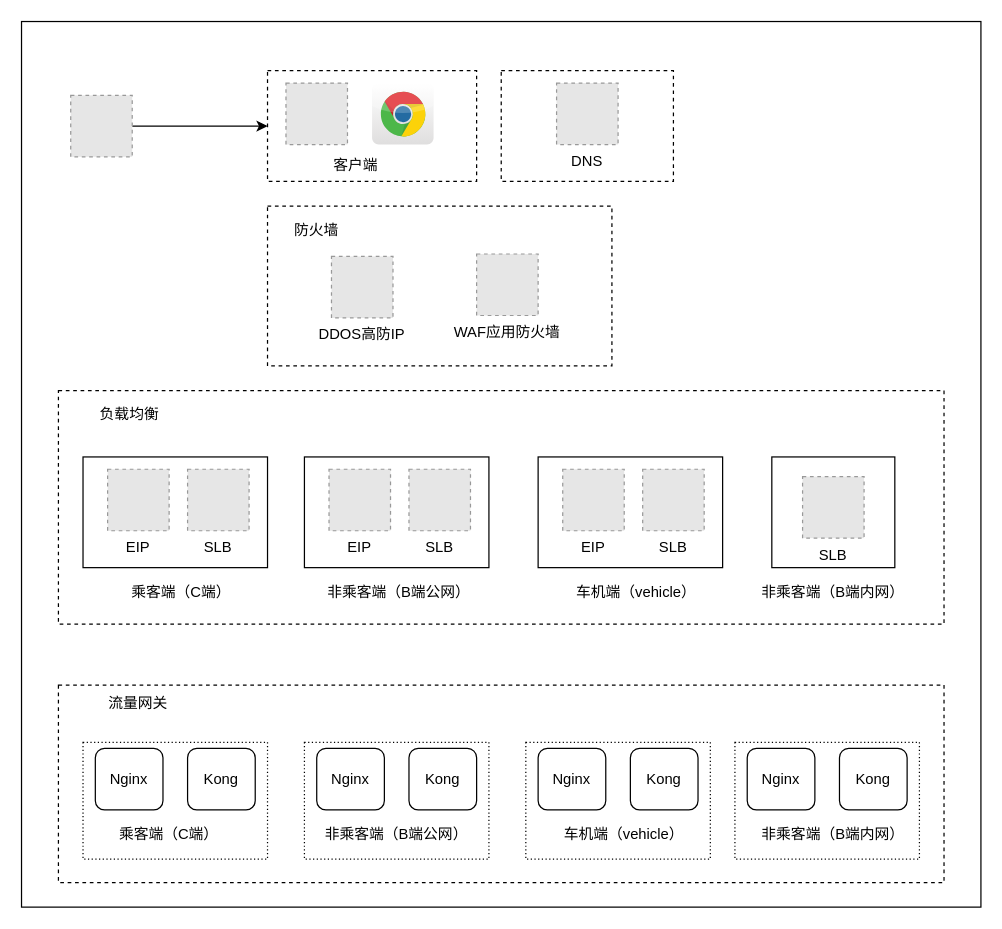
The draw.io diagram 架构图.drawio in liym1992/tips, before the edit. Source tidied: cells renumbered, new cells numbered last; positions are measured from the earlier drawing's top-left corner, leaving out a move shared by most shapes. Both pictures are drawn from the tidied source at 123%, with x=0, y=0 at pixel (21, 21). Pictures stored in the file or linked from it are replaced by grey dashed boxes.
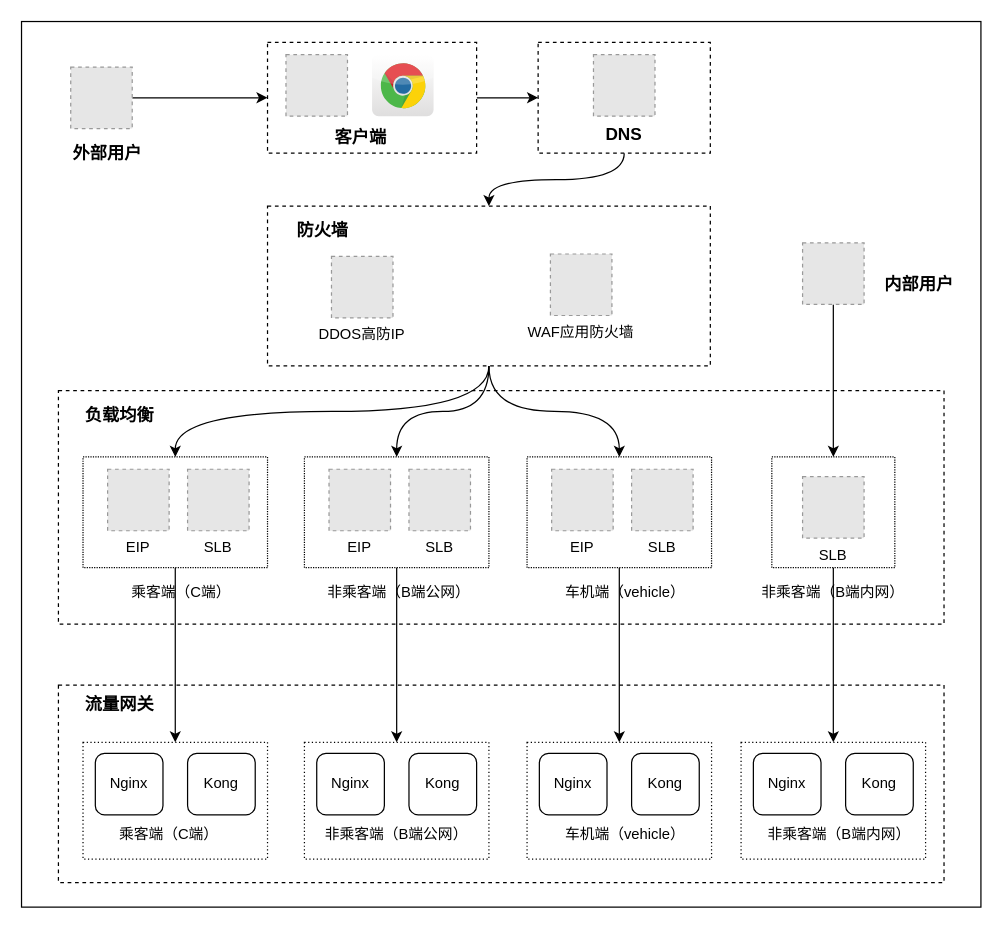
After the change.

Commit message (it also covers changes not shown here):
更新架构图.drawio

The change refers to these unchanged cells:
```xml
<mxCell id="31" style="rounded=0;whiteSpace=wrap;html=1;dashed=1;dashPattern=1 2;" parent="1" vertex="1">
  <mxGeometry x="50" y="586" width="150" height="95" as="geometry" />
</mxCell>
<mxCell id="38" style="rounded=0;whiteSpace=wrap;html=1;dashed=1;dashPattern=1 2;" parent="1" vertex="1">
  <mxGeometry x="230" y="586" width="150" height="95" as="geometry" />
</mxCell>
```

The edit, as a diff of the source:
```diff
@@
     <mxCell id="4" style="fillColor=#E6E6E6;strokeColor=#999999;dashed=1;verticalLabelPosition=bottom;verticalAlign=top;" parent="1" vertex="1">
-      <mxGeometry x="40" y="60" width="50" height="50" as="geometry" />
+      <mxGeometry x="40" y="37" width="50" height="50" as="geometry" />
     </mxCell>
+    <mxCell id="50" style="edgeStyle=orthogonalEdgeStyle;rounded=0;jettySize=auto;html=1;exitX=0.5;exitY=1;exitDx=0;exitDy=0;entryX=0.5;entryY=0;entryDx=0;entryDy=0;curved=1;" parent="1" edge="1" source="5" target="11">
+      <mxGeometry relative="1" as="geometry" />
+    </mxCell>
     <mxCell id="5" style="rounded=0;whiteSpace=wrap;html=1;dashed=1;" parent="1" vertex="1">
-      <mxGeometry x="390" y="40" width="140" height="90" as="geometry" />
+      <mxGeometry x="420" y="17" width="140" height="90" as="geometry" />
     </mxCell>
-    <mxCell id="6" value="DNS" style="fillColor=#E6E6E6;strokeColor=#999999;dashed=1;verticalLabelPosition=bottom;verticalAlign=top;" parent="1" vertex="1">
-      <mxGeometry x="435" y="50" width="50" height="50" as="geometry" />
+    <mxCell id="6" value="DNS" style="fillColor=#E6E6E6;strokeColor=#999999;dashed=1;verticalLabelPosition=bottom;verticalAlign=top;fontStyle=1;fontSize=14;" parent="1" vertex="1">
+      <mxGeometry x="465" y="27" width="50" height="50" as="geometry" />
     </mxCell>
+    <mxCell id="51" style="edgeStyle=orthogonalEdgeStyle;rounded=0;jettySize=auto;html=1;" parent="1" edge="1" source="7" target="5">
+      <mxGeometry relative="1" as="geometry" />
+    </mxCell>
     <mxCell id="7" style="rounded=0;whiteSpace=wrap;html=1;dashed=1;" parent="1" vertex="1">
-      <mxGeometry x="200" y="40" width="170" height="90" as="geometry" />
+      <mxGeometry x="200" y="17" width="170" height="90" as="geometry" />
     </mxCell>
     <mxCell id="8" style="dashed=0;html=1;align=center;labelPosition=center;verticalLabelPosition=bottom;verticalAlign=top;shape=mxgraph.webicons.chrome;gradientColor=#DFDEDE;" parent="1" vertex="1">
-      <mxGeometry x="285" y="50" width="50" height="50" as="geometry" />
+      <mxGeometry x="285" y="27" width="50" height="50" as="geometry" />
     </mxCell>
     <mxCell id="9" style="fillColor=#E6E6E6;strokeColor=#999999;dashed=1;verticalLabelPosition=bottom;verticalAlign=top;" parent="1" vertex="1">
-      <mxGeometry x="215" y="50" width="50" height="50" as="geometry" />
+      <mxGeometry x="215" y="27" width="50" height="50" as="geometry" />
     </mxCell>
-    <mxCell id="10" value="客户端" style="text;html=1;strokeColor=none;fillColor=none;align=center;verticalAlign=middle;whiteSpace=wrap;rounded=0;dashed=1;" parent="1" vertex="1">
-      <mxGeometry x="252" y="107" width="40" height="20" as="geometry" />
+    <mxCell id="10" value="客户端" style="text;html=1;strokeColor=none;fillColor=none;align=center;verticalAlign=middle;whiteSpace=wrap;rounded=0;dashed=1;fontStyle=1;fontSize=14;" parent="1" vertex="1">
+      <mxGeometry x="252" y="84" width="48" height="20" as="geometry" />
     </mxCell>
     <mxCell id="11" style="rounded=0;whiteSpace=wrap;html=1;dashed=1;" parent="1" vertex="1">
-      <mxGeometry x="200" y="150" width="280" height="130" as="geometry" />
+      <mxGeometry x="200" y="150" width="360" height="130" as="geometry" />
     </mxCell>
@@
     <mxCell id="13" value="WAF应用防火墙" style="fillColor=#E6E6E6;strokeColor=#999999;dashed=1;verticalLabelPosition=bottom;verticalAlign=top;" parent="1" vertex="1">
-      <mxGeometry x="370" y="189" width="50" height="50" as="geometry" />
+      <mxGeometry x="430" y="189" width="50" height="50" as="geometry" />
     </mxCell>
@@
-    <mxCell id="15" style="rounded=0;whiteSpace=wrap;html=1;" parent="1" vertex="1">
+    <mxCell id="15" style="rounded=0;whiteSpace=wrap;html=1;dashed=1;dashPattern=1 1;" parent="1" vertex="1">
       <mxGeometry x="50" y="354" width="150" height="90" as="geometry" />
     </mxCell>
@@
-    <mxCell id="19" style="rounded=0;whiteSpace=wrap;html=1;" parent="1" vertex="1">
+    <mxCell id="19" style="rounded=0;whiteSpace=wrap;html=1;dashed=1;dashPattern=1 1;" parent="1" vertex="1">
       <mxGeometry x="230" y="354" width="150" height="90" as="geometry" />
     </mxCell>
@@
-    <mxCell id="23" style="rounded=0;whiteSpace=wrap;html=1;" parent="1" vertex="1">
-      <mxGeometry x="420" y="354" width="150" height="90" as="geometry" />
+    <mxCell id="23" style="rounded=0;whiteSpace=wrap;html=1;dashed=1;dashPattern=1 1;" parent="1" vertex="1">
+      <mxGeometry x="411" y="354" width="150" height="90" as="geometry" />
     </mxCell>
     <mxCell id="24" value="EIP" style="fillColor=#E6E6E6;strokeColor=#999999;dashed=1;verticalLabelPosition=bottom;verticalAlign=top;" parent="1" vertex="1">
-      <mxGeometry x="440" y="364" width="50" height="50" as="geometry" />
+      <mxGeometry x="431" y="364" width="50" height="50" as="geometry" />
     </mxCell>
     <mxCell id="25" value="SLB" style="fillColor=#E6E6E6;strokeColor=#999999;dashed=1;verticalLabelPosition=bottom;verticalAlign=top;" parent="1" vertex="1">
-      <mxGeometry x="505" y="364" width="50" height="50" as="geometry" />
+      <mxGeometry x="496" y="364" width="50" height="50" as="geometry" />
     </mxCell>
     <mxCell id="26" value="车机端（vehicle）" style="text;html=1;strokeColor=none;fillColor=none;align=center;verticalAlign=middle;whiteSpace=wrap;rounded=0;dashed=1;" parent="1" vertex="1">
-      <mxGeometry x="440" y="454" width="120" height="20" as="geometry" />
+      <mxGeometry x="431" y="454" width="120" height="20" as="geometry" />
     </mxCell>
-    <mxCell id="27" style="rounded=0;whiteSpace=wrap;html=1;" parent="1" vertex="1">
+    <mxCell id="27" style="rounded=0;whiteSpace=wrap;html=1;dashed=1;dashPattern=1 1;" parent="1" vertex="1">
       <mxGeometry x="610" y="354" width="100" height="90" as="geometry" />
     </mxCell>
@@
     <mxCell id="32" value="Nginx" style="rounded=1;whiteSpace=wrap;html=1;" parent="1" vertex="1">
-      <mxGeometry x="60" y="591" width="55" height="50" as="geometry" />
+      <mxGeometry x="60" y="595" width="55" height="50" as="geometry" />
     </mxCell>
     <mxCell id="33" value="Kong" style="rounded=1;whiteSpace=wrap;html=1;" parent="1" vertex="1">
-      <mxGeometry x="135" y="591" width="55" height="50" as="geometry" />
+      <mxGeometry x="135" y="595" width="55" height="50" as="geometry" />
     </mxCell>
@@
-    <mxCell id="35" value="流量网关" style="text;html=1;strokeColor=none;fillColor=none;align=center;verticalAlign=middle;whiteSpace=wrap;rounded=0;dashed=1;dashPattern=1 2;" parent="1" vertex="1">
-      <mxGeometry x="40" y="539.5" width="110" height="30" as="geometry" />
+    <mxCell id="35" value="流量网关" style="text;html=1;strokeColor=none;fillColor=none;align=center;verticalAlign=middle;whiteSpace=wrap;rounded=0;dashed=1;dashPattern=1 2;fontStyle=1;fontSize=14;" parent="1" vertex="1">
+      <mxGeometry x="25" y="539.5" width="110" height="30" as="geometry" />
     </mxCell>
-    <mxCell id="36" value="负载均衡" style="text;html=1;strokeColor=none;fillColor=none;align=center;verticalAlign=middle;whiteSpace=wrap;rounded=0;dashed=1;dashPattern=1 2;" parent="1" vertex="1">
-      <mxGeometry x="52.5" y="310" width="70" height="20" as="geometry" />
+    <mxCell id="36" value="负载均衡" style="text;html=1;strokeColor=none;fillColor=none;align=center;verticalAlign=middle;whiteSpace=wrap;rounded=0;dashed=1;dashPattern=1 2;fontStyle=1;fontSize=14;" parent="1" vertex="1">
+      <mxGeometry x="45" y="310" width="70" height="20" as="geometry" />
     </mxCell>
-    <mxCell id="37" value="防火墙" style="text;html=1;strokeColor=none;fillColor=none;align=center;verticalAlign=middle;whiteSpace=wrap;rounded=0;dashed=1;dashPattern=1 2;" parent="1" vertex="1">
-      <mxGeometry x="220" y="160" width="40" height="20" as="geometry" />
+    <mxCell id="37" value="防火墙" style="text;html=1;strokeColor=none;fillColor=none;align=center;verticalAlign=middle;whiteSpace=wrap;rounded=0;dashed=1;dashPattern=1 2;fontStyle=1;fontSize=14;" parent="1" vertex="1">
+      <mxGeometry x="220" y="160" width="50" height="20" as="geometry" />
     </mxCell>
@@
     <mxCell id="39" value="Nginx" style="rounded=1;whiteSpace=wrap;html=1;" parent="1" vertex="1">
-      <mxGeometry x="240" y="591" width="55" height="50" as="geometry" />
+      <mxGeometry x="240" y="595" width="55" height="50" as="geometry" />
     </mxCell>
     <mxCell id="40" value="Kong" style="rounded=1;whiteSpace=wrap;html=1;" parent="1" vertex="1">
-      <mxGeometry x="315" y="591" width="55" height="50" as="geometry" />
+      <mxGeometry x="315" y="595" width="55" height="50" as="geometry" />
     </mxCell>
     <mxCell id="41" style="rounded=0;whiteSpace=wrap;html=1;dashed=1;dashPattern=1 2;" parent="1" vertex="1">
-      <mxGeometry x="410" y="586" width="150" height="95" as="geometry" />
+      <mxGeometry x="411" y="586" width="150" height="95" as="geometry" />
     </mxCell>
     <mxCell id="42" value="Nginx" style="rounded=1;whiteSpace=wrap;html=1;" parent="1" vertex="1">
-      <mxGeometry x="420" y="591" width="55" height="50" as="geometry" />
+      <mxGeometry x="421" y="595" width="55" height="50" as="geometry" />
     </mxCell>
     <mxCell id="43" value="Kong" style="rounded=1;whiteSpace=wrap;html=1;" parent="1" vertex="1">
-      <mxGeometry x="495" y="591" width="55" height="50" as="geometry" />
+      <mxGeometry x="496" y="595" width="55" height="50" as="geometry" />
     </mxCell>
     <mxCell id="44" style="rounded=0;whiteSpace=wrap;html=1;dashed=1;dashPattern=1 2;" parent="1" vertex="1">
-      <mxGeometry x="580" y="586" width="150" height="95" as="geometry" />
+      <mxGeometry x="585" y="586" width="150" height="95" as="geometry" />
     </mxCell>
     <mxCell id="45" value="Nginx" style="rounded=1;whiteSpace=wrap;html=1;" parent="1" vertex="1">
-      <mxGeometry x="590" y="591" width="55" height="50" as="geometry" />
+      <mxGeometry x="595" y="595" width="55" height="50" as="geometry" />
     </mxCell>
     <mxCell id="46" value="Kong" style="rounded=1;whiteSpace=wrap;html=1;" parent="1" vertex="1">
-      <mxGeometry x="665" y="591" width="55" height="50" as="geometry" />
+      <mxGeometry x="670" y="595" width="55" height="50" as="geometry" />
     </mxCell>
@@
     <mxCell id="48" value="车机端（vehicle）" style="text;html=1;strokeColor=none;fillColor=none;align=center;verticalAlign=middle;whiteSpace=wrap;rounded=0;dashed=1;" parent="1" vertex="1">
-      <mxGeometry x="430" y="651" width="120" height="20" as="geometry" />
+      <mxGeometry x="431" y="651" width="120" height="20" as="geometry" />
     </mxCell>
     <mxCell id="49" value="非乘客端（B端内网）" style="text;html=1;strokeColor=none;fillColor=none;align=center;verticalAlign=middle;whiteSpace=wrap;rounded=0;dashed=1;" parent="1" vertex="1">
-      <mxGeometry x="600" y="651" width="120" height="20" as="geometry" />
+      <mxGeometry x="605" y="651" width="120" height="20" as="geometry" />
     </mxCell>
+    <mxCell id="52" style="edgeStyle=orthogonalEdgeStyle;rounded=0;jettySize=auto;html=1;entryX=0.5;entryY=0;entryDx=0;entryDy=0;" parent="1" edge="1" source="53" target="27">
+      <mxGeometry relative="1" as="geometry" />
+    </mxCell>
+    <mxCell id="53" style="fillColor=#E6E6E6;strokeColor=#999999;dashed=1;verticalLabelPosition=bottom;verticalAlign=top;" parent="1" vertex="1">
+      <mxGeometry x="635" y="180" width="50" height="50" as="geometry" />
+    </mxCell>
+    <mxCell id="54" value="外部用户" style="text;html=1;strokeColor=none;fillColor=none;align=center;verticalAlign=middle;whiteSpace=wrap;rounded=0;dashed=1;dashPattern=1 2;fontStyle=1;fontSize=14;" parent="1" vertex="1">
+      <mxGeometry x="40" y="97" width="60" height="20" as="geometry" />
+    </mxCell>
+    <mxCell id="55" value="内部用户" style="text;html=1;strokeColor=none;fillColor=none;align=center;verticalAlign=middle;whiteSpace=wrap;rounded=0;dashed=1;dashPattern=1 2;fontStyle=1;fontSize=14;" parent="1" vertex="1">
+      <mxGeometry x="700" y="204" width="60" height="20" as="geometry" />
+    </mxCell>
+    <mxCell id="56" style="edgeStyle=orthogonalEdgeStyle;curved=1;rounded=0;jettySize=auto;html=1;exitX=0.5;exitY=1;exitDx=0;exitDy=0;entryX=0.5;entryY=0;entryDx=0;entryDy=0;" parent="1" edge="1" source="11" target="15">
+      <mxGeometry relative="1" as="geometry" />
+    </mxCell>
+    <mxCell id="57" style="edgeStyle=orthogonalEdgeStyle;curved=1;rounded=0;jettySize=auto;html=1;exitX=0.5;exitY=1;exitDx=0;exitDy=0;" parent="1" edge="1" source="11" target="19">
+      <mxGeometry relative="1" as="geometry" />
+    </mxCell>
+    <mxCell id="58" style="edgeStyle=orthogonalEdgeStyle;curved=1;rounded=0;jettySize=auto;html=1;exitX=0.5;exitY=1;exitDx=0;exitDy=0;" parent="1" edge="1" source="11" target="23">
+      <mxGeometry relative="1" as="geometry" />
+    </mxCell>
+    <mxCell id="59" style="edgeStyle=orthogonalEdgeStyle;curved=1;rounded=0;jettySize=auto;html=1;exitX=0.5;exitY=1;exitDx=0;exitDy=0;entryX=0.5;entryY=0;entryDx=0;entryDy=0;" parent="1" edge="1" source="15" target="31">
+      <mxGeometry relative="1" as="geometry" />
+    </mxCell>
+    <mxCell id="60" style="edgeStyle=orthogonalEdgeStyle;curved=1;rounded=0;jettySize=auto;html=1;entryX=0.5;entryY=0;entryDx=0;entryDy=0;exitX=0.5;exitY=1;exitDx=0;exitDy=0;" parent="1" edge="1" source="19" target="38">
+      <mxGeometry relative="1" as="geometry" />
+    </mxCell>
+    <mxCell id="61" style="edgeStyle=orthogonalEdgeStyle;curved=1;rounded=0;jettySize=auto;html=1;entryX=0.5;entryY=0;entryDx=0;entryDy=0;exitX=0.5;exitY=1;exitDx=0;exitDy=0;" parent="1" edge="1" source="23" target="41">
+      <mxGeometry relative="1" as="geometry" />
+    </mxCell>
+    <mxCell id="62" style="edgeStyle=orthogonalEdgeStyle;curved=1;rounded=0;jettySize=auto;html=1;exitX=0.5;exitY=1;exitDx=0;exitDy=0;entryX=0.5;entryY=0;entryDx=0;entryDy=0;" parent="1" edge="1" source="27" target="44">
+      <mxGeometry relative="1" as="geometry" />
+    </mxCell>
```
